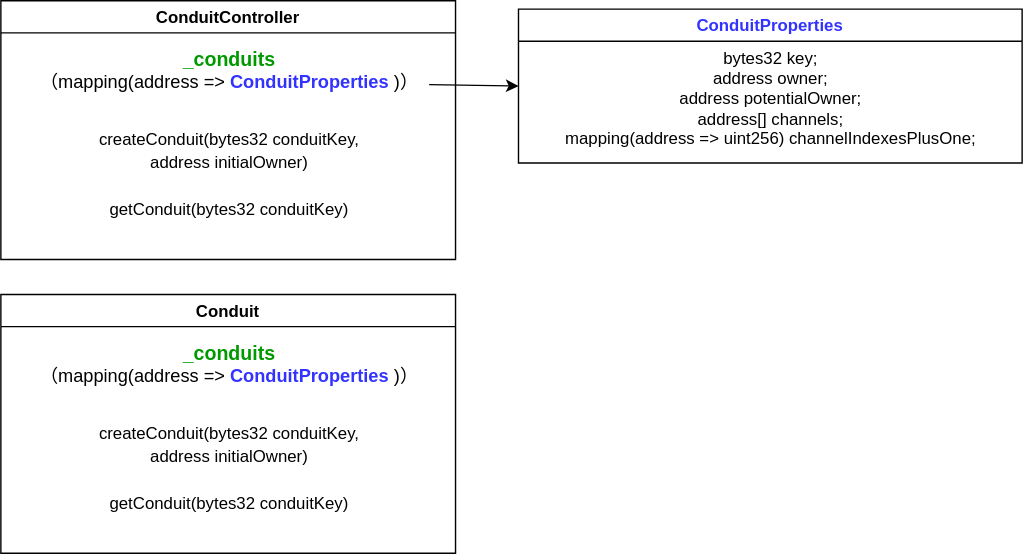
Earlier version of the draw.io export Seaport.drawio.svg (ByteWizardJ/seaport-analysis). Source tidied: cells renumbered, new cells last; positions are measured from the earlier drawing's top-left corner, leaving out a move shared by most shapes.
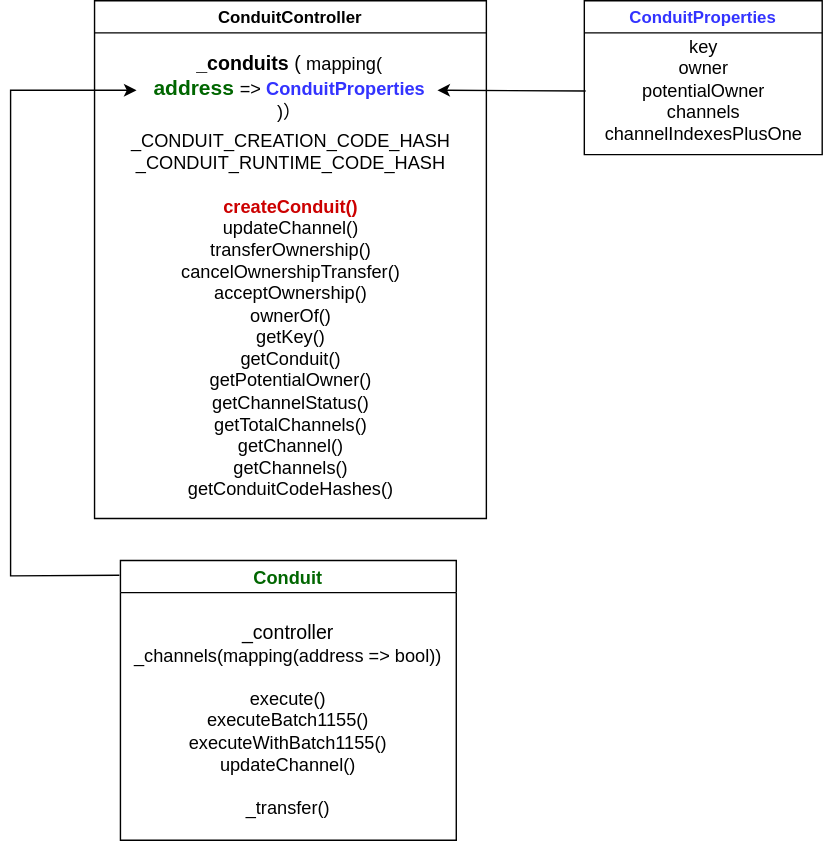
Later version of the same file.

Diff of the diagram source:
```diff
@@ -3,31 +3,41 @@
     <mxCell id="0" />
     <mxCell id="1" parent="0" />
     <mxCell id="2" value="ConduitController" style="swimlane;" parent="1" vertex="1">
-      <mxGeometry width="325" height="185" as="geometry" />
+      <mxGeometry x="140" y="-130" width="280" height="370" as="geometry" />
     </mxCell>
+    <mxCell id="4" value="&lt;font style=&quot;font-size: 13px&quot;&gt;&lt;div style=&quot;color: rgb(0 , 0 , 0)&quot;&gt;_CONDUIT_CREATION_CODE_HASH&lt;/div&gt;&lt;div style=&quot;color: rgb(0 , 0 , 0)&quot;&gt;_CONDUIT_RUNTIME_CODE_HASH&lt;/div&gt;&lt;div style=&quot;color: rgb(0 , 0 , 0)&quot;&gt;&lt;br&gt;&lt;/div&gt;&lt;div&gt;&lt;b&gt;&lt;font color=&quot;#cc0000&quot;&gt;createConduit()&lt;/font&gt;&lt;/b&gt;&lt;/div&gt;&lt;div style=&quot;color: rgb(0 , 0 , 0)&quot;&gt;updateChannel()&lt;/div&gt;&lt;div style=&quot;color: rgb(0 , 0 , 0)&quot;&gt;transferOwnership()&lt;/div&gt;&lt;div style=&quot;color: rgb(0 , 0 , 0)&quot;&gt;cancelOwnershipTransfer()&lt;/div&gt;&lt;div style=&quot;color: rgb(0 , 0 , 0)&quot;&gt;acceptOwnership()&lt;/div&gt;&lt;div style=&quot;color: rgb(0 , 0 , 0)&quot;&gt;ownerOf()&lt;/div&gt;&lt;div style=&quot;color: rgb(0 , 0 , 0)&quot;&gt;getKey()&lt;/div&gt;&lt;div style=&quot;color: rgb(0 , 0 , 0)&quot;&gt;getConduit()&lt;/div&gt;&lt;div style=&quot;color: rgb(0 , 0 , 0)&quot;&gt;getPotentialOwner()&lt;/div&gt;&lt;div style=&quot;color: rgb(0 , 0 , 0)&quot;&gt;getChannelStatus()&lt;/div&gt;&lt;div style=&quot;color: rgb(0 , 0 , 0)&quot;&gt;getTotalChannels()&lt;/div&gt;&lt;div style=&quot;color: rgb(0 , 0 , 0)&quot;&gt;getChannel()&lt;/div&gt;&lt;div style=&quot;color: rgb(0 , 0 , 0)&quot;&gt;getChannels()&lt;/div&gt;&lt;div style=&quot;color: rgb(0 , 0 , 0)&quot;&gt;getConduitCodeHashes()&lt;/div&gt;&lt;/font&gt;" style="text;html=1;align=center;verticalAlign=middle;strokeColor=none;fillColor=none;fontSize=14;fontColor=#009900;" parent="2" vertex="1">
+      <mxGeometry x="20" y="80" width="240" height="290" as="geometry" />
+    </mxCell>
-    <mxCell id="3" value="&lt;font style=&quot;font-size: 14px&quot; color=&quot;#009900&quot;&gt;&lt;b&gt;_conduits&lt;br&gt;&lt;/b&gt;&lt;/font&gt;&lt;font style=&quot;font-size: 13px&quot;&gt;（mapping(address =&amp;gt;&lt;b&gt; &lt;font color=&quot;#3333ff&quot;&gt;ConduitProperties&lt;/font&gt;&lt;/b&gt;)）&lt;/font&gt;" style="text;html=1;align=center;verticalAlign=middle;points=[];strokeColor=none;fillColor=none;" parent="2" vertex="1">
-      <mxGeometry x="22.5" y="30" width="280" height="40" as="geometry" />
+    <mxCell id="3" value="&lt;font style=&quot;font-size: 14px&quot;&gt;&lt;b&gt;_conduits&lt;/b&gt;(&lt;/font&gt;&lt;font&gt;&lt;span style=&quot;font-size: 13px&quot;&gt;mapping(&lt;/span&gt;&lt;br&gt;&lt;font color=&quot;#006600&quot; style=&quot;font-size: 15px&quot;&gt;&lt;b&gt;address&lt;/b&gt;&lt;/font&gt;&lt;span style=&quot;font-size: 13px&quot;&gt; =&amp;gt;&lt;/span&gt;&lt;b style=&quot;font-size: 13px&quot;&gt; &lt;font color=&quot;#3333ff&quot;&gt;ConduitProperties&lt;br&gt;&lt;/font&gt;&lt;/b&gt;&lt;span style=&quot;font-size: 13px&quot;&gt;)）&lt;/span&gt;&lt;br&gt;&lt;br&gt;&lt;/font&gt;" style="text;html=1;align=center;verticalAlign=middle;points=[];strokeColor=none;fillColor=none;" parent="2" vertex="1">
+      <mxGeometry x="33.5" y="39" width="210" height="60" as="geometry" />
     </mxCell>
-    <mxCell id="4" value="&lt;font color=&quot;#000000&quot; style=&quot;font-size: 12px&quot;&gt;createConduit(bytes32 conduitKey, &lt;br&gt;address initialOwner)&lt;br&gt;&lt;br&gt;getConduit(bytes32 conduitKey)&lt;br&gt;&lt;br&gt;&lt;/font&gt;" style="text;html=1;align=center;verticalAlign=middle;strokeColor=none;fillColor=none;fontSize=14;fontColor=#009900;" parent="2" vertex="1">
-      <mxGeometry x="62.5" y="82" width="200" height="100" as="geometry" />
-    </mxCell>
     <mxCell id="5" value="ConduitProperties" style="swimlane;fontColor=#3333FF;" parent="1" vertex="1">
-      <mxGeometry x="370" y="6" width="360" height="110" as="geometry" />
+      <mxGeometry x="490" y="-130" width="170" height="110" as="geometry" />
     </mxCell>
-    <mxCell id="6" value="&lt;div&gt;&amp;nbsp;bytes32 key;&lt;/div&gt;&lt;div&gt;&amp;nbsp;address owner;&lt;/div&gt;&lt;div&gt;&amp;nbsp; address potentialOwner;&lt;/div&gt;&lt;div&gt;&amp;nbsp; address[] channels;&lt;/div&gt;&lt;div&gt;&amp;nbsp; mapping(address =&amp;gt; uint256) channelIndexesPlusOne;&lt;/div&gt;" style="text;html=1;align=center;verticalAlign=middle;strokeColor=none;fillColor=none;" parent="5" vertex="1">
-      <mxGeometry x="20" y="24" width="320" height="80" as="geometry" />
+    <mxCell id="6" value="&lt;div style=&quot;font-size: 13px&quot;&gt;&lt;font style=&quot;font-size: 13px&quot;&gt;&amp;nbsp;key&lt;/font&gt;&lt;/div&gt;&lt;div style=&quot;font-size: 13px&quot;&gt;&lt;font style=&quot;font-size: 13px&quot;&gt;&amp;nbsp;owner&lt;/font&gt;&lt;/div&gt;&lt;div style=&quot;font-size: 13px&quot;&gt;&lt;font style=&quot;font-size: 13px&quot;&gt;&amp;nbsp; potentialOwner&lt;/font&gt;&lt;/div&gt;&lt;div style=&quot;font-size: 13px&quot;&gt;&lt;font style=&quot;font-size: 13px&quot;&gt;&amp;nbsp; &amp;nbsp;channels&lt;/font&gt;&lt;/div&gt;&lt;div style=&quot;font-size: 13px&quot;&gt;&lt;font style=&quot;font-size: 13px&quot;&gt;&amp;nbsp; channelIndexesPlusOne&lt;/font&gt;&lt;/div&gt;" style="text;html=1;align=center;verticalAlign=middle;strokeColor=none;fillColor=none;" parent="5" vertex="1">
+      <mxGeometry x="5" y="24" width="160" height="80" as="geometry" />
     </mxCell>
-    <mxCell id="7" style="endArrow=classic;html=1;fontSize=14;fontColor=#000000;exitX=1.013;exitY=0.75;exitDx=0;exitDy=0;exitPerimeter=0;entryX=0;entryY=0.5;entryDx=0;entryDy=0;" parent="1" edge="1" source="3" target="5">
-      <mxGeometry relative="1" as="geometry" />
+    <mxCell id="7" style="endArrow=none;html=1;fontSize=14;fontColor=#000000;entryX=0.006;entryY=0.506;entryDx=0;entryDy=0;startArrow=classic;startFill=1;endFill=0;entryPerimeter=0;" parent="1" edge="1">
+      <mxGeometry relative="1" as="geometry">
+        <mxPoint x="385" y="-66" as="sourcePoint" />
+        <mxPoint x="491" y="-65.5" as="targetPoint" />
+      </mxGeometry>
     </mxCell>
-    <mxCell id="8" value="Conduit" style="swimlane;" parent="1" vertex="1">
-      <mxGeometry y="210" width="325" height="185" as="geometry" />
+    <mxCell id="8" value="Conduit" style="swimlane;fontColor=#006600;fontSize=13;startSize=23;" parent="1" vertex="1">
+      <mxGeometry x="158.5" y="270" width="240" height="200" as="geometry" />
     </mxCell>
-    <mxCell id="9" value="&lt;font style=&quot;font-size: 14px&quot; color=&quot;#009900&quot;&gt;&lt;b&gt;_conduits&lt;br&gt;&lt;/b&gt;&lt;/font&gt;&lt;font style=&quot;font-size: 13px&quot;&gt;（mapping(address =&amp;gt;&lt;b&gt; &lt;font color=&quot;#3333ff&quot;&gt;ConduitProperties&lt;/font&gt;&lt;/b&gt;)）&lt;/font&gt;" style="text;html=1;align=center;verticalAlign=middle;strokeColor=none;fillColor=none;" parent="8" vertex="1">
-      <mxGeometry x="22.5" y="30" width="280" height="40" as="geometry" />
-    </mxCell>
-    <mxCell id="10" value="&lt;font color=&quot;#000000&quot; style=&quot;font-size: 12px&quot;&gt;createConduit(bytes32 conduitKey, &lt;br&gt;address initialOwner)&lt;br&gt;&lt;br&gt;getConduit(bytes32 conduitKey)&lt;br&gt;&lt;br&gt;&lt;/font&gt;" style="text;html=1;align=center;verticalAlign=middle;strokeColor=none;fillColor=none;fontSize=14;fontColor=#009900;" parent="8" vertex="1">
-      <mxGeometry x="62.5" y="82" width="200" height="100" as="geometry" />
+    <mxCell id="10" value="&lt;font color=&quot;#000000&quot;&gt;&lt;div&gt;&lt;font style=&quot;font-size: 14px&quot;&gt;_controller&lt;/font&gt;&lt;/div&gt;&lt;div style=&quot;font-size: 13px&quot;&gt;_channels(mapping(address =&amp;gt; bool))&lt;/div&gt;&lt;div style=&quot;font-size: 13px&quot;&gt;&lt;br&gt;&lt;/div&gt;&lt;div style=&quot;font-size: 13px&quot;&gt;execute()&lt;/div&gt;&lt;div style=&quot;font-size: 13px&quot;&gt;executeBatch1155()&lt;/div&gt;&lt;div style=&quot;font-size: 13px&quot;&gt;executeWithBatch1155()&lt;/div&gt;&lt;div style=&quot;font-size: 13px&quot;&gt;updateChannel()&lt;/div&gt;&lt;div style=&quot;font-size: 13px&quot;&gt;&lt;br&gt;&lt;/div&gt;&lt;div style=&quot;font-size: 13px&quot;&gt;_transfer()&lt;/div&gt;&lt;/font&gt;" style="text;html=1;align=center;verticalAlign=middle;strokeColor=none;fillColor=none;fontSize=14;fontColor=#009900;" parent="8" vertex="1">
+      <mxGeometry x="-0.5" y="34" width="240" height="160" as="geometry" />
     </mxCell>
+    <mxCell id="11" style="endArrow=none;html=1;fontSize=14;fontColor=#3333FF;rounded=0;startArrow=classic;startFill=1;endFill=0;entryX=-0.003;entryY=0.033;entryDx=0;entryDy=0;entryPerimeter=0;" parent="1" edge="1">
+      <mxGeometry relative="1" as="geometry">
+        <mxPoint x="170" y="-66" as="sourcePoint" />
+        <mxPoint x="157.8" y="280.6" as="targetPoint" />
+        <Array as="points">
+          <mxPoint x="80" y="-66" />
+          <mxPoint x="80" y="281" />
+        </Array>
+      </mxGeometry>
+    </mxCell>
   </root>
 </mxGraphModel>
```
